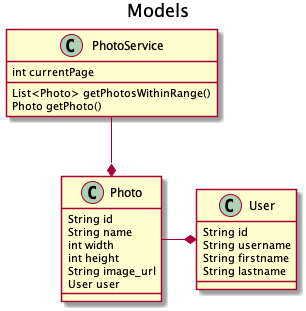
oyebc/showcase keeps this PlantUML diagram as out/design/uml/model/Models.png. Above is the earlier version.
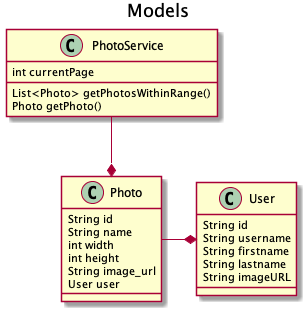
After the commit.

Change to the diagram source:
```diff
@@ -23,6 +23,7 @@
     String username
     String firstname
     String lastname
+    String imageURL
 }
 
 PhotoService --* Photo
```
